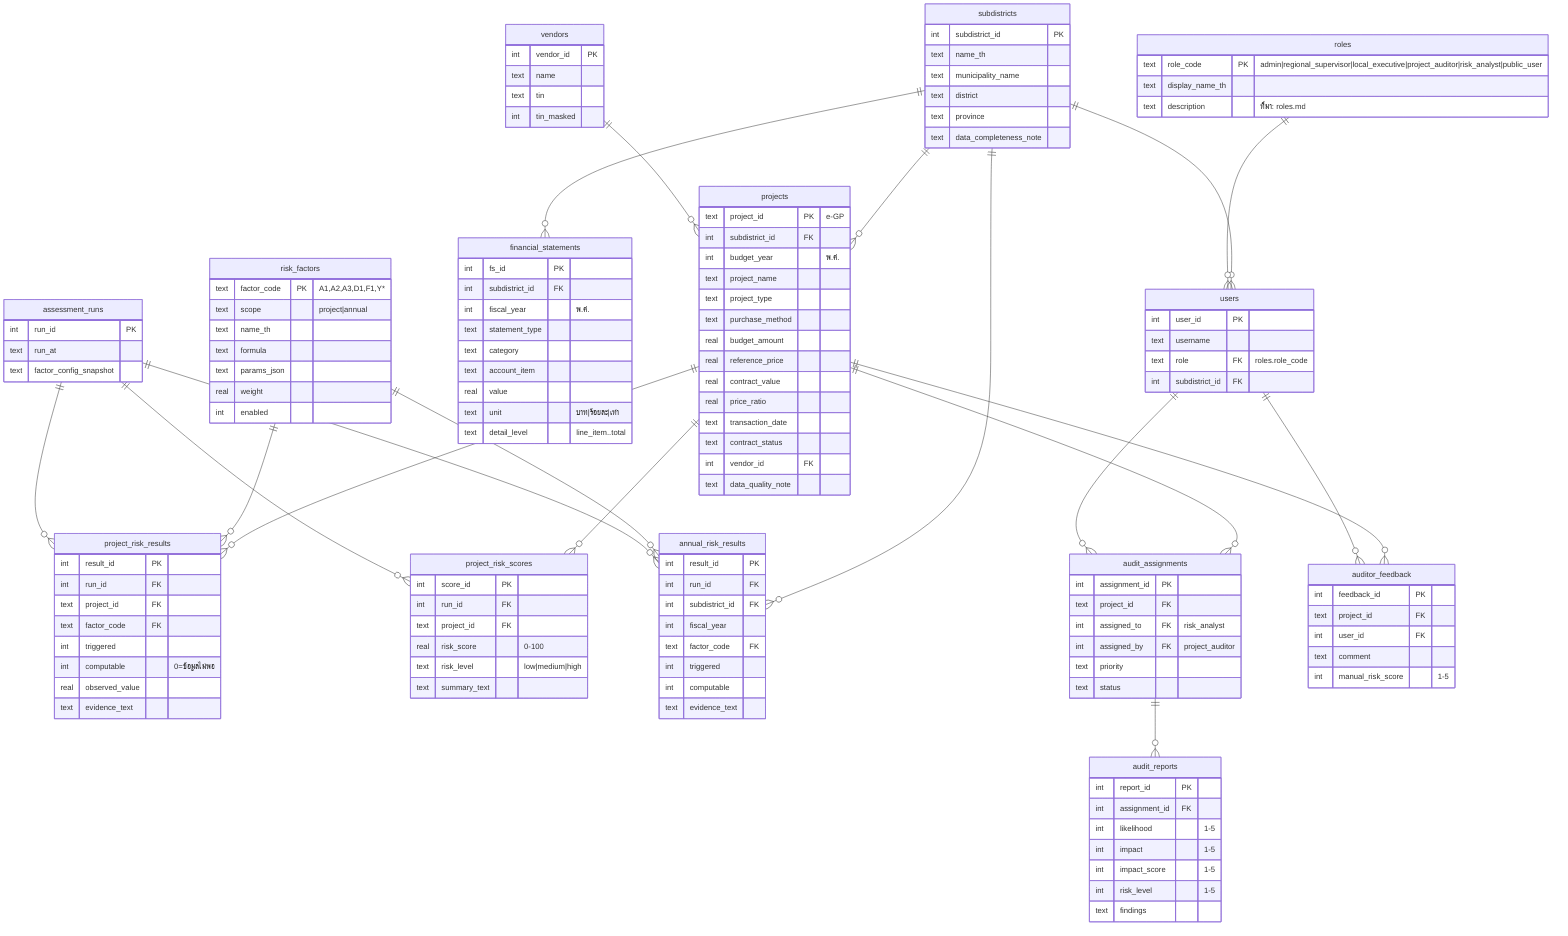
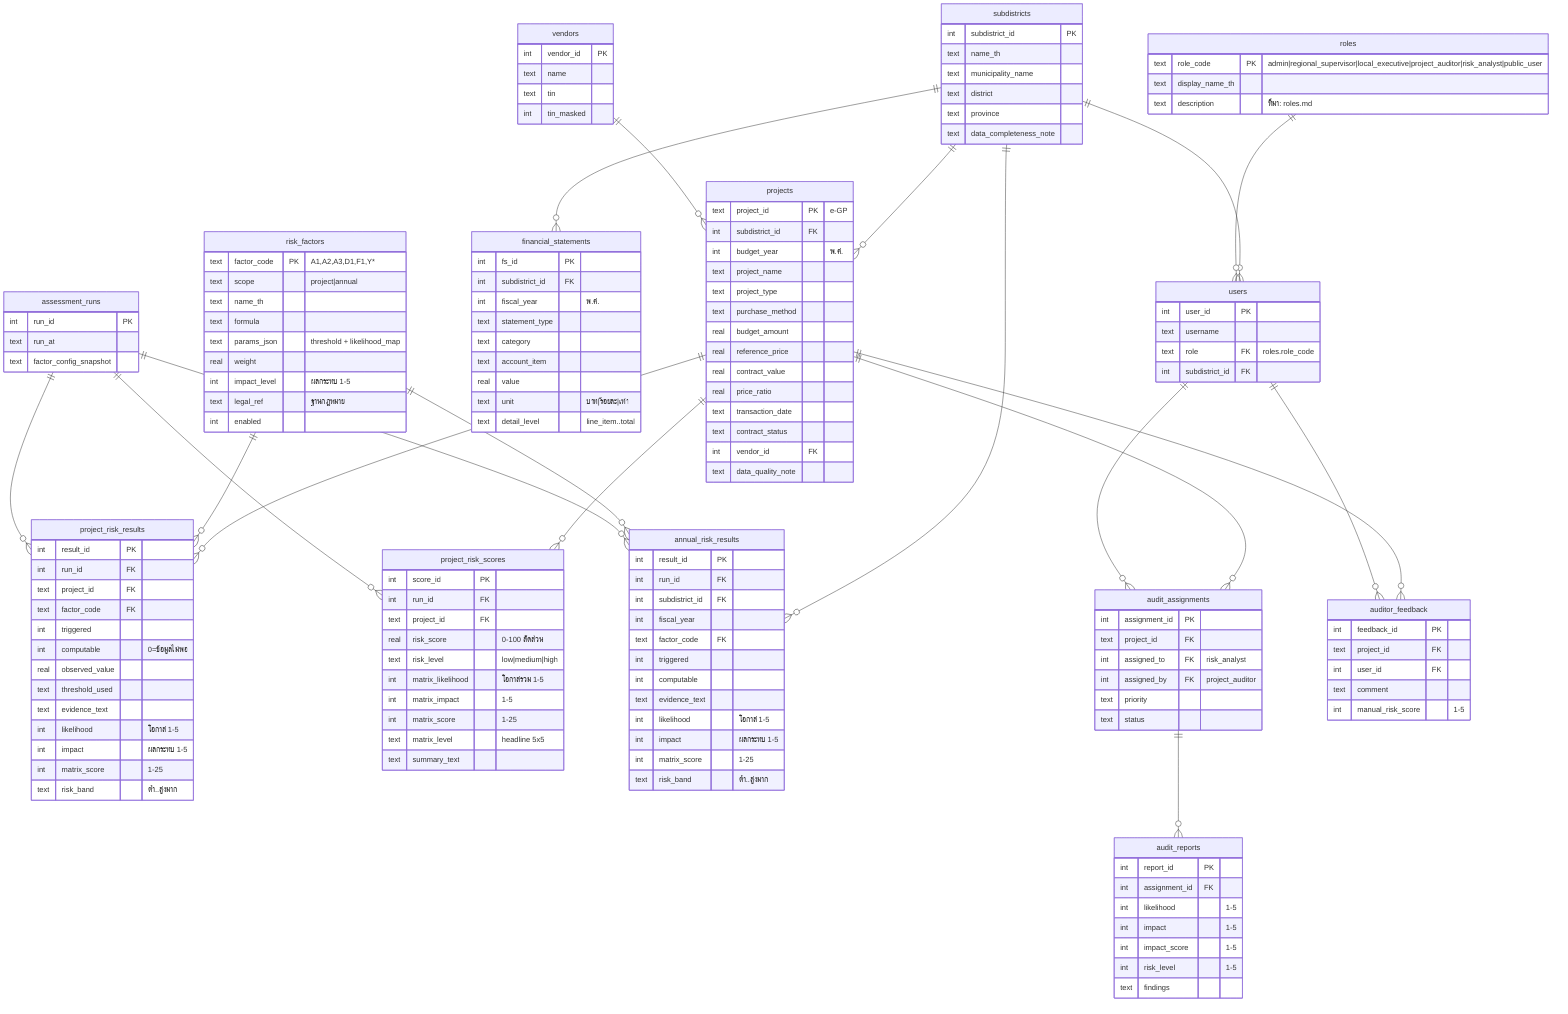
erDiagram
    subdistricts {
        int subdistrict_id PK
        text name_th
        text municipality_name
        text district
        text province
        text data_completeness_note
    }
    vendors {
        int vendor_id PK
        text name
        text tin
        int tin_masked
    }
    roles {
        text role_code PK "admin|regional_supervisor|local_executive|project_auditor|risk_analyst|public_user"
        text display_name_th
        text description "ที่มา: roles.md"
    }
    users {
        int user_id PK
        text username
        text role FK "roles.role_code"
        int subdistrict_id FK
    }
    projects {
        text project_id PK "e-GP"
        int subdistrict_id FK
        int budget_year "พ.ศ."
        text project_name
        text project_type
        text purchase_method
        real budget_amount
        real reference_price
        real contract_value
        real price_ratio
        text transaction_date
        text contract_status
        int vendor_id FK
        text data_quality_note
    }
    financial_statements {
        int fs_id PK
        int subdistrict_id FK
        int fiscal_year "พ.ศ."
        text statement_type
        text category
        text account_item
        real value
        text unit "บาท|ร้อยละ|เท่า"
        text detail_level "line_item..total"
    }
    risk_factors {
        text factor_code PK "A1,A2,A3,D1,F1,Y*"
        text scope "project|annual"
        text name_th
        text formula
-         text params_json
+         text params_json "threshold + likelihood_map"
        real weight
+         int impact_level "ผลกระทบ 1-5"
+         text legal_ref "ฐานกฎหมาย"
        int enabled
    }
    assessment_runs {
        int run_id PK
        text run_at
        text factor_config_snapshot
    }
    project_risk_results {
        int result_id PK
        int run_id FK
        text project_id FK
        text factor_code FK
        int triggered
        int computable "0=ข้อมูลไม่พอ"
        real observed_value
+         text threshold_used
        text evidence_text
+         int likelihood "โอกาส 1-5"
+         int impact "ผลกระทบ 1-5"
+         int matrix_score "1-25"
+         text risk_band "ต่ำ..สูงมาก"
    }
    project_risk_scores {
        int score_id PK
        int run_id FK
        text project_id FK
-         real risk_score "0-100"
+         real risk_score "0-100 สัดส่วน"
        text risk_level "low|medium|high"
+         int matrix_likelihood "โอกาสรวม 1-5"
+         int matrix_impact "1-5"
+         int matrix_score "1-25"
+         text matrix_level "headline 5x5"
        text summary_text
    }
    annual_risk_results {
        int result_id PK
        int run_id FK
        int subdistrict_id FK
        int fiscal_year
        text factor_code FK
        int triggered
        int computable
        text evidence_text
+         int likelihood "โอกาส 1-5"
+         int impact "ผลกระทบ 1-5"
+         int matrix_score "1-25"
+         text risk_band "ต่ำ..สูงมาก"
    }
    audit_assignments {
        int assignment_id PK
        text project_id FK
        int assigned_to FK "risk_analyst"
        int assigned_by FK "project_auditor"
        text priority
        text status
    }
    audit_reports {
        int report_id PK
        int assignment_id FK
        int likelihood "1-5"
        int impact "1-5"
        int impact_score "1-5"
        int risk_level "1-5"
        text findings
    }
    auditor_feedback {
        int feedback_id PK
        text project_id FK
        int user_id FK
        text comment
        int manual_risk_score "1-5"
    }

    subdistricts ||--o{ projects : ""
    subdistricts ||--o{ financial_statements : ""
    subdistricts ||--o{ annual_risk_results : ""
    subdistricts ||--o{ users : ""
    roles ||--o{ users : ""
    vendors ||--o{ projects : ""
    projects ||--o{ project_risk_results : ""
    projects ||--o{ project_risk_scores : ""
    projects ||--o{ audit_assignments : ""
    projects ||--o{ auditor_feedback : ""
    risk_factors ||--o{ project_risk_results : ""
    risk_factors ||--o{ annual_risk_results : ""
    assessment_runs ||--o{ project_risk_results : ""
    assessment_runs ||--o{ annual_risk_results : ""
    assessment_runs ||--o{ project_risk_scores : ""
    users ||--o{ audit_assignments : ""
    audit_assignments ||--o{ audit_reports : ""
    users ||--o{ auditor_feedback : ""
